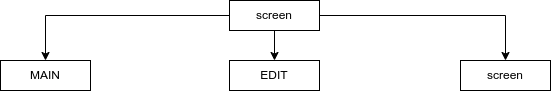
zedddie16/tRust keeps this draw.io diagram as architecture.drawio.png. Above is the earlier version. Source tidied: cells renumbered, new cells last; positions are measured from the earlier drawing's top-left corner, leaving out a move shared by most shapes.
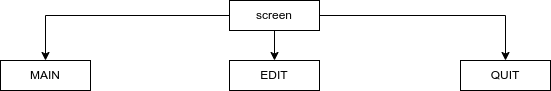
The same diagram one commit later.

The edit, as a diff of the source:
```diff
@@ -20,7 +20,7 @@
     <mxCell id="7" value="EDIT" style="rounded=0;whiteSpace=wrap;html=1;" parent="1" vertex="1">
       <mxGeometry x="229" y="60" width="90" height="30" as="geometry" />
     </mxCell>
-    <mxCell id="8" value="screen" style="rounded=0;whiteSpace=wrap;html=1;" parent="1" vertex="1">
+    <mxCell id="8" value="QUIT" style="rounded=0;whiteSpace=wrap;html=1;" parent="1" vertex="1">
       <mxGeometry x="460" y="60" width="90" height="30" as="geometry" />
     </mxCell>
   </root>
```
